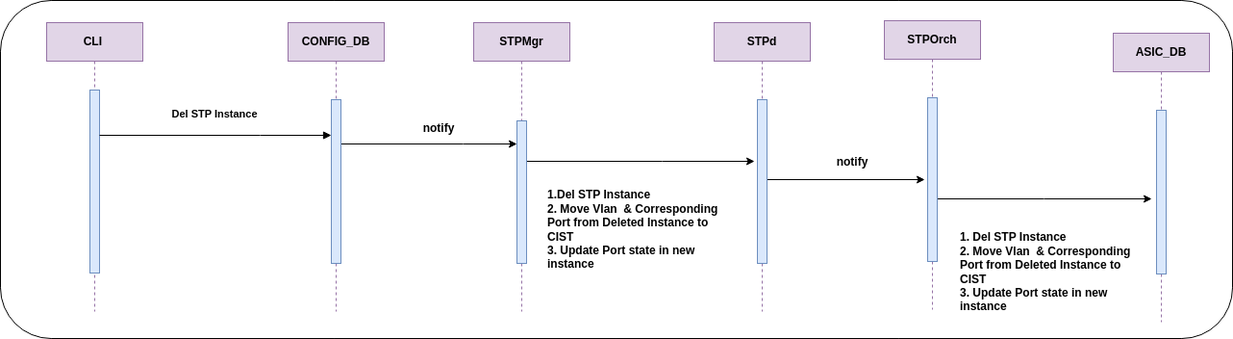
Before: doc/MSTP/images/MSTP_Instance_Delete.drawio.png, a diagram exported from draw.io (sonic-net/SONiC). Source tidied: cells renumbered, new cells last; positions are measured from the earlier drawing's top-left corner, leaving out a move shared by most shapes.
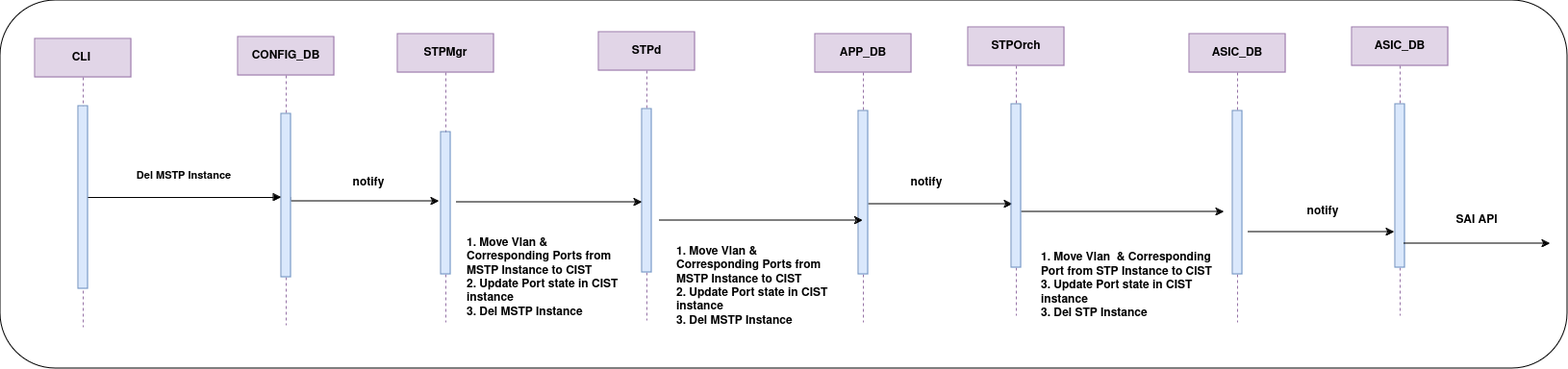
The same file after the commit.

Change to the diagram source:
```diff
@@ -3,28 +3,30 @@
     <mxCell id="0" />
     <mxCell id="1" parent="0" />
     <mxCell id="2" style="rounded=1;whiteSpace=wrap;html=1;" parent="1" vertex="1">
-      <mxGeometry width="1281" height="351" as="geometry" />
+      <mxGeometry x="-31" y="-33" width="1629" height="383" as="geometry" />
     </mxCell>
     <mxCell id="3" value="CLI&amp;nbsp;" style="shape=umlLifeline;perimeter=lifelinePerimeter;whiteSpace=wrap;html=1;newEdgeStyle={&quot;edgeStyle&quot;:&quot;elbowEdgeStyle&quot;,&quot;elbow&quot;:&quot;vertical&quot;,&quot;curved&quot;:0,&quot;rounded&quot;:0};fillColor=#e1d5e7;strokeColor=#9673a6;fontStyle=1;" parent="1" vertex="1">
-      <mxGeometry x="48" y="23" width="100" height="300" as="geometry" />
+      <mxGeometry x="5" y="7" width="100" height="300" as="geometry" />
     </mxCell>
     <mxCell id="4" style="html=1;points=[];perimeter=orthogonalPerimeter;outlineConnect=0;targetShapes=umlLifeline;portConstraint=eastwest;newEdgeStyle={&quot;edgeStyle&quot;:&quot;elbowEdgeStyle&quot;,&quot;elbow&quot;:&quot;vertical&quot;,&quot;curved&quot;:0,&quot;rounded&quot;:0};fillColor=#dae8fc;strokeColor=#6c8ebf;fontStyle=1;" parent="3" vertex="1">
       <mxGeometry x="45" y="70" width="10" height="190" as="geometry" />
     </mxCell>
-    <mxCell id="5" style="edgeStyle=elbowEdgeStyle;rounded=0;jettySize=auto;html=1;elbow=vertical;curved=0;fontStyle=1;" parent="1" edge="1" source="6" target="11">
+    <mxCell id="5" style="edgeStyle=elbowEdgeStyle;rounded=0;orthogonalLoop=1;jettySize=auto;html=1;elbow=vertical;curved=0;fontStyle=1;" parent="1" edge="1">
       <mxGeometry relative="1" as="geometry">
+        <mxPoint x="271" y="172" as="sourcePoint" />
+        <mxPoint x="425" y="176" as="targetPoint" />
         <Array as="points">
-          <mxPoint x="481" y="149" />
+          <mxPoint x="369" y="176" />
         </Array>
       </mxGeometry>
     </mxCell>
     <mxCell id="6" value="CONFIG_DB" style="shape=umlLifeline;perimeter=lifelinePerimeter;whiteSpace=wrap;html=1;outlineConnect=0;portConstraint=eastwest;newEdgeStyle={&quot;edgeStyle&quot;:&quot;elbowEdgeStyle&quot;,&quot;elbow&quot;:&quot;vertical&quot;,&quot;curved&quot;:0,&quot;rounded&quot;:0};fillColor=#e1d5e7;strokeColor=#9673a6;fontStyle=1;" parent="1" vertex="1">
-      <mxGeometry x="299" y="23" width="100" height="300" as="geometry" />
+      <mxGeometry x="216" y="5" width="100" height="300" as="geometry" />
     </mxCell>
     <mxCell id="7" style="html=1;points=[];perimeter=orthogonalPerimeter;outlineConnect=0;targetShapes=umlLifeline;portConstraint=eastwest;newEdgeStyle={&quot;edgeStyle&quot;:&quot;elbowEdgeStyle&quot;,&quot;elbow&quot;:&quot;vertical&quot;,&quot;curved&quot;:0,&quot;rounded&quot;:0};fillColor=#dae8fc;strokeColor=#6c8ebf;fontStyle=1;" parent="6" vertex="1">
       <mxGeometry x="45" y="80" width="10" height="170" as="geometry" />
     </mxCell>
-    <mxCell id="8" value="Del STP Instance&amp;nbsp;&lt;div&gt;&lt;br&gt;&lt;/div&gt;" style="html=1;verticalAlign=bottom;endArrow=block;edgeStyle=elbowEdgeStyle;elbow=vertical;curved=0;rounded=0;fontStyle=1;" parent="1" edge="1" source="4" target="7">
+    <mxCell id="8" value="Del MSTP Instance&amp;nbsp;&lt;div&gt;&lt;br&gt;&lt;/div&gt;" style="html=1;verticalAlign=bottom;endArrow=block;edgeStyle=elbowEdgeStyle;elbow=vertical;curved=0;rounded=0;fontStyle=1;" parent="1" edge="1" source="4" target="7">
       <mxGeometry relative="1" as="geometry">
         <Array as="points">
           <mxPoint x="270" y="140" />
@@ -32,57 +34,96 @@
         </Array>
       </mxGeometry>
     </mxCell>
-    <mxCell id="9" style="edgeStyle=elbowEdgeStyle;rounded=0;jettySize=auto;html=1;elbow=vertical;curved=0;fontStyle=1;" parent="1" edge="1" source="10">
-      <mxGeometry relative="1" as="geometry">
-        <mxPoint x="784" y="167" as="targetPoint" />
-      </mxGeometry>
-    </mxCell>
     <mxCell id="10" value="STPMgr" style="shape=umlLifeline;perimeter=lifelinePerimeter;whiteSpace=wrap;html=1;outlineConnect=0;portConstraint=eastwest;newEdgeStyle={&quot;edgeStyle&quot;:&quot;elbowEdgeStyle&quot;,&quot;elbow&quot;:&quot;vertical&quot;,&quot;curved&quot;:0,&quot;rounded&quot;:0};fillColor=#e1d5e7;strokeColor=#9673a6;fontStyle=1;" parent="1" vertex="1">
-      <mxGeometry x="492" y="23" width="100" height="300" as="geometry" />
+      <mxGeometry x="382" y="2" width="100" height="300" as="geometry" />
     </mxCell>
     <mxCell id="11" style="html=1;points=[];perimeter=orthogonalPerimeter;outlineConnect=0;targetShapes=umlLifeline;portConstraint=eastwest;newEdgeStyle={&quot;edgeStyle&quot;:&quot;elbowEdgeStyle&quot;,&quot;elbow&quot;:&quot;vertical&quot;,&quot;curved&quot;:0,&quot;rounded&quot;:0};fillColor=#dae8fc;strokeColor=#6c8ebf;fontStyle=1;" parent="10" vertex="1">
       <mxGeometry x="45" y="102" width="10" height="148" as="geometry" />
     </mxCell>
-    <mxCell id="12" style="edgeStyle=elbowEdgeStyle;rounded=0;jettySize=auto;html=1;elbow=vertical;curved=0;fontStyle=1;" parent="1" edge="1" source="13">
+    <mxCell id="12" style="edgeStyle=elbowEdgeStyle;rounded=0;orthogonalLoop=1;jettySize=auto;html=1;elbow=vertical;curved=0;fontStyle=1;" parent="1" edge="1">
       <mxGeometry relative="1" as="geometry">
-        <mxPoint x="961" y="186" as="targetPoint" />
+        <mxPoint x="869" y="179" as="sourcePoint" />
+        <mxPoint x="1021" y="179" as="targetPoint" />
       </mxGeometry>
     </mxCell>
     <mxCell id="13" value="STPd" style="shape=umlLifeline;perimeter=lifelinePerimeter;whiteSpace=wrap;html=1;outlineConnect=0;portConstraint=eastwest;newEdgeStyle={&quot;edgeStyle&quot;:&quot;elbowEdgeStyle&quot;,&quot;elbow&quot;:&quot;vertical&quot;,&quot;curved&quot;:0,&quot;rounded&quot;:0};fillColor=#e1d5e7;strokeColor=#9673a6;fontStyle=1;" parent="1" vertex="1">
-      <mxGeometry x="742" y="23" width="100" height="300" as="geometry" />
+      <mxGeometry x="591" width="100" height="300" as="geometry" />
     </mxCell>
     <mxCell id="14" style="html=1;points=[];perimeter=orthogonalPerimeter;outlineConnect=0;targetShapes=umlLifeline;portConstraint=eastwest;newEdgeStyle={&quot;edgeStyle&quot;:&quot;elbowEdgeStyle&quot;,&quot;elbow&quot;:&quot;vertical&quot;,&quot;curved&quot;:0,&quot;rounded&quot;:0};fillColor=#dae8fc;strokeColor=#6c8ebf;fontStyle=1;" parent="13" vertex="1">
       <mxGeometry x="45" y="80" width="10" height="170" as="geometry" />
     </mxCell>
     <mxCell id="15" style="edgeStyle=elbowEdgeStyle;rounded=0;orthogonalLoop=1;jettySize=auto;html=1;elbow=vertical;curved=0;fontStyle=1;" parent="1" edge="1">
       <mxGeometry relative="1" as="geometry">
-        <mxPoint x="973" y="206" as="sourcePoint" />
-        <mxPoint x="1197" y="206" as="targetPoint" />
+        <mxPoint x="1030" y="187" as="sourcePoint" />
+        <mxPoint x="1241" y="187" as="targetPoint" />
       </mxGeometry>
     </mxCell>
     <mxCell id="16" value="STPOrch" style="shape=umlLifeline;perimeter=lifelinePerimeter;whiteSpace=wrap;html=1;newEdgeStyle={&quot;edgeStyle&quot;:&quot;elbowEdgeStyle&quot;,&quot;elbow&quot;:&quot;vertical&quot;,&quot;curved&quot;:0,&quot;rounded&quot;:0};fillColor=#e1d5e7;strokeColor=#9673a6;fontStyle=1;" parent="1" vertex="1">
-      <mxGeometry x="919" y="21" width="100" height="300" as="geometry" />
+      <mxGeometry x="975" y="-5" width="100" height="300" as="geometry" />
     </mxCell>
     <mxCell id="17" style="html=1;perimeter=orthogonalPerimeter;targetShapes=umlLifeline;newEdgeStyle={&quot;edgeStyle&quot;:&quot;elbowEdgeStyle&quot;,&quot;elbow&quot;:&quot;vertical&quot;,&quot;curved&quot;:0,&quot;rounded&quot;:0};fillColor=#dae8fc;strokeColor=#6c8ebf;fontStyle=1;" parent="16" vertex="1">
       <mxGeometry x="45" y="80" width="10" height="170" as="geometry" />
     </mxCell>
-    <mxCell id="18" value="ASIC_DB" style="shape=umlLifeline;perimeter=lifelinePerimeter;whiteSpace=wrap;html=1;outlineConnect=0;portConstraint=eastwest;newEdgeStyle={&quot;edgeStyle&quot;:&quot;elbowEdgeStyle&quot;,&quot;elbow&quot;:&quot;vertical&quot;,&quot;curved&quot;:0,&quot;rounded&quot;:0};fillColor=#e1d5e7;strokeColor=#9673a6;fontStyle=1;" parent="1" vertex="1">
-      <mxGeometry x="1157" y="34" width="100" height="300" as="geometry" />
+    <mxCell id="18" value="APP_DB" style="shape=umlLifeline;perimeter=lifelinePerimeter;whiteSpace=wrap;html=1;outlineConnect=0;portConstraint=eastwest;newEdgeStyle={&quot;edgeStyle&quot;:&quot;elbowEdgeStyle&quot;,&quot;elbow&quot;:&quot;vertical&quot;,&quot;curved&quot;:0,&quot;rounded&quot;:0};fillColor=#e1d5e7;strokeColor=#9673a6;fontStyle=1;" parent="1" vertex="1">
+      <mxGeometry x="816" y="2" width="100" height="300" as="geometry" />
     </mxCell>
     <mxCell id="19" style="html=1;perimeter=orthogonalPerimeter;targetShapes=umlLifeline;newEdgeStyle={&quot;edgeStyle&quot;:&quot;elbowEdgeStyle&quot;,&quot;elbow&quot;:&quot;vertical&quot;,&quot;curved&quot;:0,&quot;rounded&quot;:0};fillColor=#dae8fc;strokeColor=#6c8ebf;fontStyle=1;" parent="18" vertex="1">
       <mxGeometry x="45" y="80" width="10" height="170" as="geometry" />
     </mxCell>
     <mxCell id="20" value="notify" style="text;html=1;align=center;verticalAlign=middle;whiteSpace=wrap;rounded=0;fontStyle=1;" parent="1" vertex="1">
-      <mxGeometry x="426" y="118" width="60" height="30" as="geometry" />
+      <mxGeometry x="322" y="142" width="60" height="30" as="geometry" />
     </mxCell>
     <mxCell id="21" value="notify" style="text;html=1;align=center;verticalAlign=middle;whiteSpace=wrap;rounded=0;fontStyle=1;" parent="1" vertex="1">
-      <mxGeometry x="856" y="153" width="60" height="30" as="geometry" />
+      <mxGeometry x="902" y="142" width="60" height="30" as="geometry" />
     </mxCell>
-    <mxCell id="22" value="&lt;div style=&quot;&quot;&gt;&lt;span style=&quot;background-color: initial;&quot;&gt;1.Del STP Instance&lt;/span&gt;&lt;/div&gt;&lt;div&gt;&lt;div style=&quot;&quot;&gt;&lt;span style=&quot;background-color: initial;&quot;&gt;2. Move Vlan&amp;nbsp; &amp;amp; Corresponding Port from Deleted Instance to CIST&amp;nbsp;&lt;/span&gt;&lt;/div&gt;&lt;div&gt;&lt;div style=&quot;&quot;&gt;3. Update Port state in new instance&lt;/div&gt;&lt;/div&gt;&lt;/div&gt;" style="text;html=1;align=left;verticalAlign=middle;whiteSpace=wrap;rounded=0;fontStyle=1;" parent="1" vertex="1">
-      <mxGeometry x="567" y="177" width="200" height="121" as="geometry" />
-    </mxCell>
-    <mxCell id="23" value="1. Del STP Instance&lt;div&gt;&lt;span style=&quot;background-color: initial;&quot;&gt;2. Move Vlan&amp;nbsp; &amp;amp; Corresponding Port from Deleted Instance to CIST&amp;nbsp;&lt;/span&gt;&lt;div&gt;&lt;div&gt;3. Update Port state in new instance&lt;/div&gt;&lt;/div&gt;&lt;/div&gt;" style="text;html=1;align=left;verticalAlign=middle;whiteSpace=wrap;rounded=0;fontStyle=1;" parent="1" vertex="1">
-      <mxGeometry x="996" y="221" width="189" height="121" as="geometry" />
-    </mxCell>
+    <mxCell id="24" style="edgeStyle=elbowEdgeStyle;rounded=0;jettySize=auto;html=1;elbow=vertical;curved=0;fontStyle=1;" parent="1" edge="1" target="18">
+      <mxGeometry relative="1" as="geometry">
+        <mxPoint x="654" y="196" as="sourcePoint" />
+      </mxGeometry>
+    </mxCell>
+    <mxCell id="25" value="ASIC_DB" style="shape=umlLifeline;perimeter=lifelinePerimeter;whiteSpace=wrap;html=1;newEdgeStyle={&quot;edgeStyle&quot;:&quot;elbowEdgeStyle&quot;,&quot;elbow&quot;:&quot;vertical&quot;,&quot;curved&quot;:0,&quot;rounded&quot;:0};fillColor=#e1d5e7;strokeColor=#9673a6;fontStyle=1;" parent="1" vertex="1">
+      <mxGeometry x="1374" y="-5" width="100" height="300" as="geometry" />
+    </mxCell>
+    <mxCell id="26" style="html=1;perimeter=orthogonalPerimeter;targetShapes=umlLifeline;newEdgeStyle={&quot;edgeStyle&quot;:&quot;elbowEdgeStyle&quot;,&quot;elbow&quot;:&quot;vertical&quot;,&quot;curved&quot;:0,&quot;rounded&quot;:0};fillColor=#dae8fc;strokeColor=#6c8ebf;fontStyle=1;" parent="25" vertex="1">
+      <mxGeometry x="45" y="80" width="10" height="170" as="geometry" />
+    </mxCell>
+    <mxCell id="27" value="notify" style="text;html=1;align=center;verticalAlign=middle;whiteSpace=wrap;rounded=0;fontStyle=1;" parent="1" vertex="1">
+      <mxGeometry x="1314" y="172" width="60" height="30" as="geometry" />
+    </mxCell>
+    <mxCell id="28" value="ASIC_DB" style="shape=umlLifeline;perimeter=lifelinePerimeter;whiteSpace=wrap;html=1;newEdgeStyle={&quot;edgeStyle&quot;:&quot;elbowEdgeStyle&quot;,&quot;elbow&quot;:&quot;vertical&quot;,&quot;curved&quot;:0,&quot;rounded&quot;:0};fillColor=#e1d5e7;strokeColor=#9673a6;fontStyle=1;" parent="1" vertex="1">
+      <mxGeometry x="1205" y="2" width="100" height="300" as="geometry" />
+    </mxCell>
+    <mxCell id="29" style="html=1;perimeter=orthogonalPerimeter;targetShapes=umlLifeline;newEdgeStyle={&quot;edgeStyle&quot;:&quot;elbowEdgeStyle&quot;,&quot;elbow&quot;:&quot;vertical&quot;,&quot;curved&quot;:0,&quot;rounded&quot;:0};fillColor=#dae8fc;strokeColor=#6c8ebf;fontStyle=1;" parent="28" vertex="1">
+      <mxGeometry x="45" y="80" width="10" height="170" as="geometry" />
+    </mxCell>
+    <mxCell id="30" style="edgeStyle=elbowEdgeStyle;rounded=0;orthogonalLoop=1;jettySize=auto;html=1;elbow=vertical;curved=0;fontStyle=1;" parent="1" edge="1">
+      <mxGeometry relative="1" as="geometry">
+        <mxPoint x="1266" y="208" as="sourcePoint" />
+        <mxPoint x="1418" y="208" as="targetPoint" />
+      </mxGeometry>
+    </mxCell>
+    <mxCell id="31" style="edgeStyle=elbowEdgeStyle;rounded=0;orthogonalLoop=1;jettySize=auto;html=1;elbow=vertical;curved=0;fontStyle=1;" parent="1" edge="1">
+      <mxGeometry relative="1" as="geometry">
+        <mxPoint x="1428" y="220" as="sourcePoint" />
+        <mxPoint x="1580" y="220" as="targetPoint" />
+      </mxGeometry>
+    </mxCell>
+    <mxCell id="32" value="SAI API" style="text;html=1;align=center;verticalAlign=middle;whiteSpace=wrap;rounded=0;fontStyle=1;" parent="1" vertex="1">
+      <mxGeometry x="1474" y="181" width="60" height="30" as="geometry" />
+    </mxCell>
+    <mxCell id="33" style="edgeStyle=elbowEdgeStyle;rounded=0;jettySize=auto;html=1;elbow=vertical;curved=0;fontStyle=1;" parent="1" edge="1" target="14">
+      <mxGeometry relative="1" as="geometry">
+        <mxPoint x="443" y="177" as="sourcePoint" />
+      </mxGeometry>
+    </mxCell>
+    <mxCell id="34" value="&lt;div style=&quot;&quot;&gt;&lt;span style=&quot;background-color: initial;&quot;&gt;1. &lt;/span&gt;&lt;span style=&quot;background-color: initial;&quot;&gt;Move Vlan &amp;amp; Corresponding Ports from MSTP Instance to CIST&amp;nbsp;&lt;/span&gt;&lt;div&gt;&lt;div style=&quot;&quot;&gt;2. Update Port state in CIST instance&lt;/div&gt;&lt;/div&gt;&lt;/div&gt;&lt;div style=&quot;&quot;&gt;&lt;span style=&quot;background-color: initial;&quot;&gt;3. Del MSTP Instance&lt;/span&gt;&lt;/div&gt;&lt;div&gt;&lt;div style=&quot;&quot;&gt;&lt;span style=&quot;background-color: initial;&quot;&gt;&amp;nbsp;&lt;br&gt;&lt;/span&gt;&lt;/div&gt;&lt;/div&gt;" style="text;html=1;align=left;verticalAlign=middle;whiteSpace=wrap;rounded=0;fontStyle=1;" parent="1" vertex="1">
+      <mxGeometry x="452" y="202" width="169" height="121" as="geometry" />
+    </mxCell>
+    <mxCell id="35" value="&lt;div style=&quot;&quot;&gt;&lt;span style=&quot;background-color: initial;&quot;&gt;1. &lt;/span&gt;&lt;span style=&quot;background-color: initial;&quot;&gt;Move Vlan &amp;amp; Corresponding Ports from MSTP Instance to CIST&amp;nbsp;&lt;/span&gt;&lt;div&gt;&lt;div style=&quot;&quot;&gt;2. Update Port state in CIST instance&lt;/div&gt;&lt;/div&gt;&lt;/div&gt;&lt;div style=&quot;&quot;&gt;&lt;span style=&quot;background-color: initial;&quot;&gt;3. Del MSTP Instance&lt;/span&gt;&lt;/div&gt;&lt;div&gt;&lt;div style=&quot;&quot;&gt;&lt;span style=&quot;background-color: initial;&quot;&gt;&amp;nbsp;&lt;br&gt;&lt;/span&gt;&lt;/div&gt;&lt;/div&gt;" style="text;html=1;align=left;verticalAlign=middle;whiteSpace=wrap;rounded=0;fontStyle=1;" parent="1" vertex="1">
+      <mxGeometry x="670" y="211" width="169" height="121" as="geometry" />
+    </mxCell>
+    <mxCell id="36" value="&lt;br&gt;&lt;div&gt;&lt;span style=&quot;background-color: initial;&quot;&gt;1. Move Vlan&amp;nbsp; &amp;amp; Corresponding Port from STP Instance to CIST&amp;nbsp;&lt;/span&gt;&lt;div&gt;&lt;div&gt;3. Update Port state in CIST instance&lt;/div&gt;&lt;div&gt;3. Del STP Instance&lt;/div&gt;&lt;/div&gt;&lt;/div&gt;" style="text;html=1;align=left;verticalAlign=middle;whiteSpace=wrap;rounded=0;fontStyle=1;" parent="1" vertex="1">
+      <mxGeometry x="1049" y="196" width="189" height="121" as="geometry" />
+    </mxCell>
   </root>
 </mxGraphModel>
```
